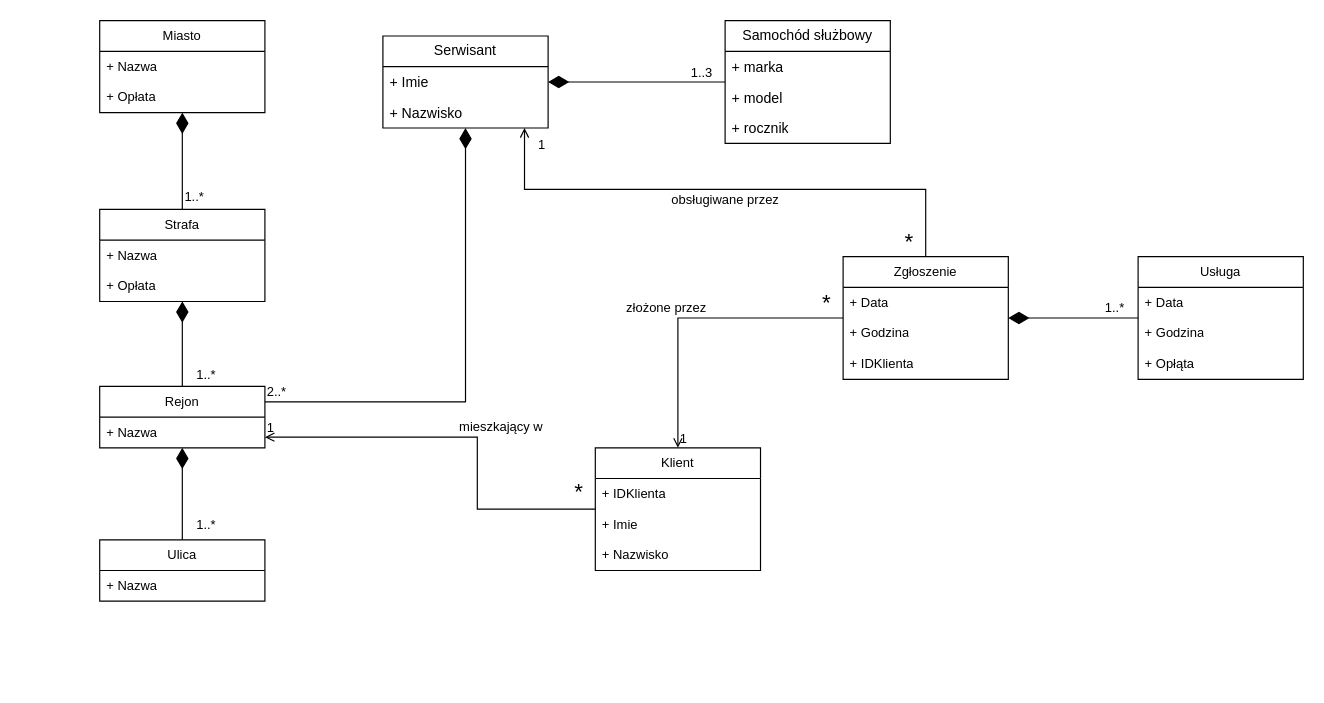
This is Diagram klas wejściówka.drawio from Dziecky/UML, a draw.io file, before an edit. Source tidied: cells renumbered, new cells numbered last; positions are measured from the earlier drawing's top-left corner, leaving out a move shared by most shapes. Both pictures are drawn from the tidied source at 118%, with x=0, y=0 at pixel (99, 20).
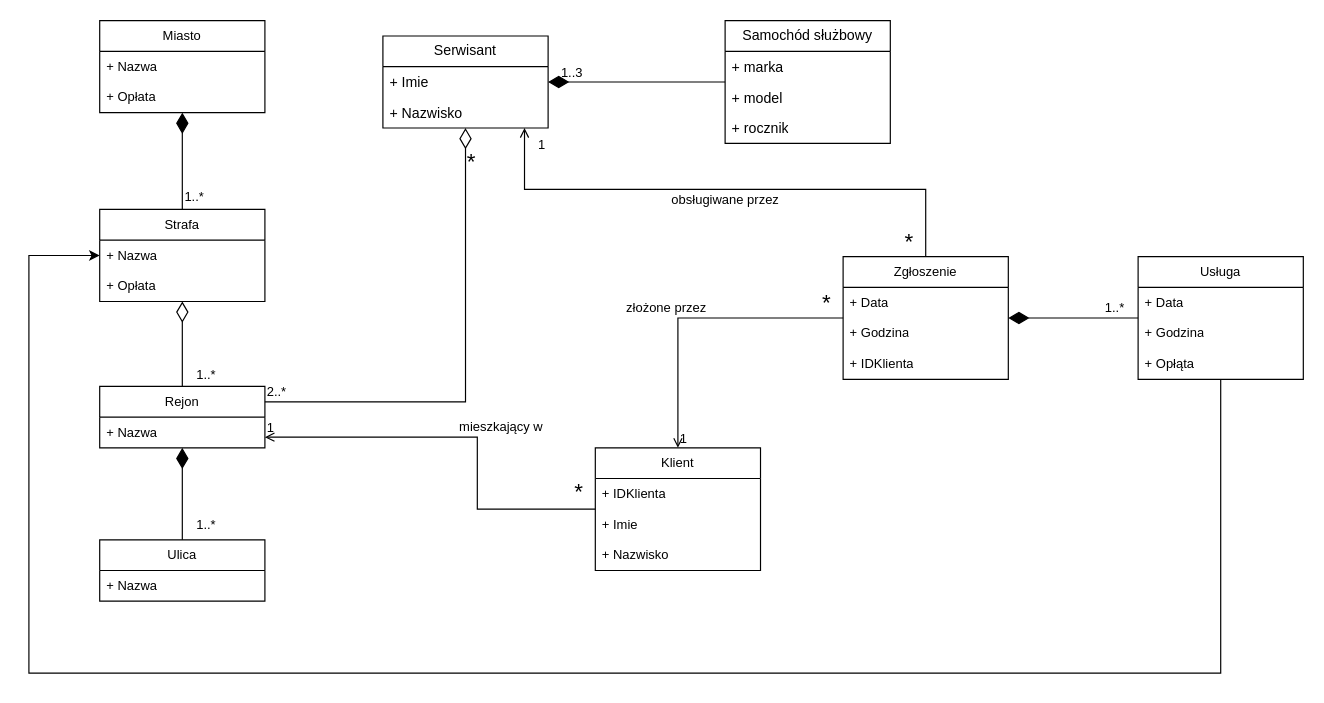
The same diagram, later.

Unchanged cells that the change refers to:
```xml
<mxCell id="2" value="Serwisant" style="swimlane;fontStyle=0;horizontal=1;startSize=26;fillColor=none;whiteSpace=wrap;html=1;" parent="1" vertex="1">
  <mxGeometry x="240" y="13" width="140" height="78" as="geometry" />
</mxCell>
<mxCell id="6" value="Samochód służbowy" style="swimlane;fontStyle=0;horizontal=1;startSize=26;fillColor=none;whiteSpace=wrap;html=1;" parent="1" vertex="1">
  <mxGeometry x="530" width="140" height="104" as="geometry" />
</mxCell>
<mxCell id="14" value="Strafa" style="swimlane;fontStyle=0;horizontal=1;startSize=26;fillColor=none;whiteSpace=wrap;html=1;fontFamily=Helvetica;fontSize=11;fontColor=default;labelBackgroundColor=none;" parent="1" vertex="1">
  <mxGeometry y="160" width="140" height="78" as="geometry" />
</mxCell>
<mxCell id="18" value="Rejon" style="swimlane;fontStyle=0;horizontal=1;startSize=26;fillColor=none;whiteSpace=wrap;html=1;fontFamily=Helvetica;fontSize=11;fontColor=default;labelBackgroundColor=none;" parent="1" vertex="1">
  <mxGeometry y="310" width="140" height="52" as="geometry" />
</mxCell>
<mxCell id="43" value="Usługa" style="swimlane;fontStyle=0;horizontal=1;startSize=26;fillColor=none;whiteSpace=wrap;html=1;fontFamily=Helvetica;fontSize=11;fontColor=default;labelBackgroundColor=none;" parent="1" vertex="1">
  <mxGeometry x="880" y="200" width="140" height="104" as="geometry" />
</mxCell>
```

What changed in the source:
```diff
@@
     <mxCell id="5" value="1..3" style="edgeStyle=orthogonalEdgeStyle;rounded=0;jettySize=auto;html=1;endArrow=diamondThin;endFill=1;endSize=15;labelBackgroundColor=none;verticalAlign=bottom;" parent="1" edge="1" source="6" target="2">
-      <mxGeometry x="-0.73" y="1" relative="1" as="geometry" />
+      <mxGeometry x="0.73" y="1" relative="1" as="geometry" />
     </mxCell>
@@
-    <mxCell id="17" value="1..*" style="edgeStyle=orthogonalEdgeStyle;rounded=0;jettySize=auto;html=1;strokeColor=default;align=center;verticalAlign=middle;fontFamily=Helvetica;fontSize=11;fontColor=default;labelBackgroundColor=none;endArrow=diamondThin;endFill=1;endSize=15;" parent="1" edge="1" source="18" target="14">
+    <mxCell id="17" value="1..*" style="edgeStyle=orthogonalEdgeStyle;rounded=0;jettySize=auto;html=1;strokeColor=default;align=center;verticalAlign=middle;fontFamily=Helvetica;fontSize=11;fontColor=default;labelBackgroundColor=none;endArrow=diamondThin;endFill=0;endSize=15;" parent="1" edge="1" source="18" target="14">
       <mxGeometry x="-0.72" y="-20" relative="1" as="geometry" />
     </mxCell>
@@
-    <mxCell id="23" style="endArrow=diamondThin;html=1;edgeStyle=orthogonalEdgeStyle;rounded=0;strokeColor=default;align=center;verticalAlign=middle;fontFamily=Helvetica;fontSize=11;fontColor=default;labelBackgroundColor=none;endSize=15;startArrow=none;startFill=0;endFill=1;" parent="1" edge="1" source="18" target="2">
+    <mxCell id="23" style="endArrow=diamondThin;html=1;edgeStyle=orthogonalEdgeStyle;rounded=0;strokeColor=default;align=center;verticalAlign=middle;fontFamily=Helvetica;fontSize=11;fontColor=default;labelBackgroundColor=none;endSize=15;startArrow=none;startFill=0;endFill=0;" parent="1" edge="1" source="18" target="2">
       <mxGeometry relative="1" as="geometry">
         <Array as="points">
           <mxPoint x="310" y="323" />
         </Array>
       </mxGeometry>
     </mxCell>
@@
+    <mxCell id="47" style="edgeStyle=orthogonalEdgeStyle;rounded=0;jettySize=auto;html=1;" parent="1" edge="1" source="43" target="14">
+      <mxGeometry relative="1" as="geometry">
+        <Array as="points">
+          <mxPoint x="950" y="553" />
+          <mxPoint x="-60" y="553" />
+          <mxPoint x="-60" y="199" />
+        </Array>
+      </mxGeometry>
+    </mxCell>
@@
+    <mxCell id="48" value="*" style="edgeLabel;html=1;align=right;verticalAlign=bottom;fontFamily=Helvetica;fontSize=19;fontColor=default;labelBackgroundColor=none;" parent="1" vertex="1">
+      <mxGeometry x="700" y="211" as="geometry">
+        <mxPoint x="-381" y="-78" as="offset" />
+      </mxGeometry>
+    </mxCell>
```
